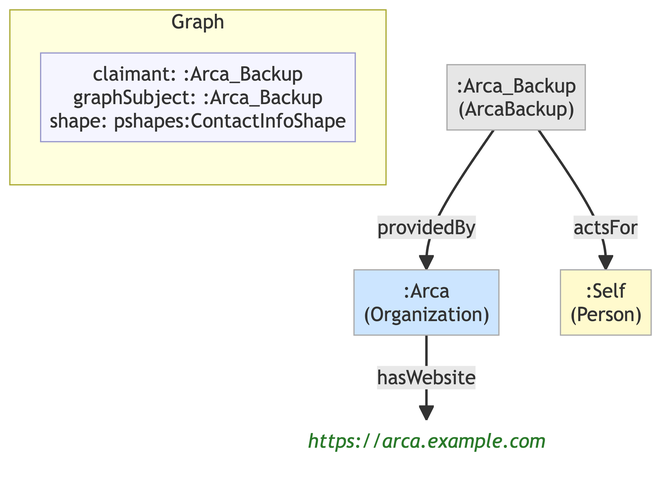
Above: example/graphs/images/graph-96.png in MeeFoundation/mia-ontologies (Mermaid), before the change. Its source is kept beside it as example/graphs/images/graph-96.mmd.
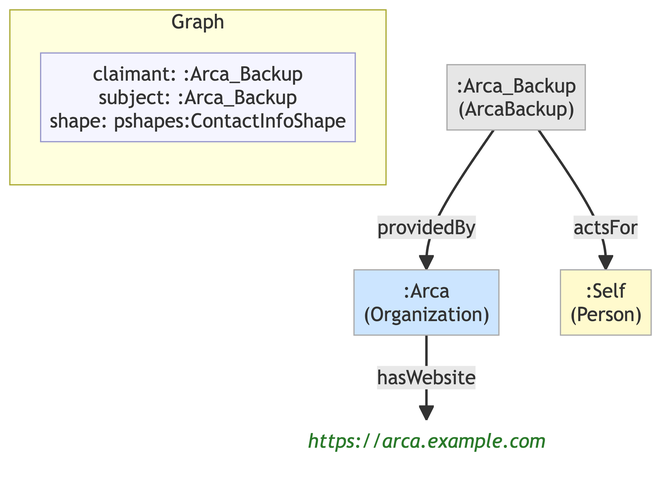
Later version of the same file.

What changed in the source:
```diff
@@ -7,7 +7,7 @@
 
     subgraph ctx["Graph"]
         direction LR
-        ctx_meta["claimant: :Arca_Backup\ngraphSubject: :Arca_Backup\nshape: pshapes:ContactInfoShape"]:::meta
+        ctx_meta["claimant: :Arca_Backup\nsubject: :Arca_Backup\nshape: pshapes:ContactInfoShape"]:::meta
     end
 
     na72da163727c[":Arca\n(Organization)"]:::org
```
